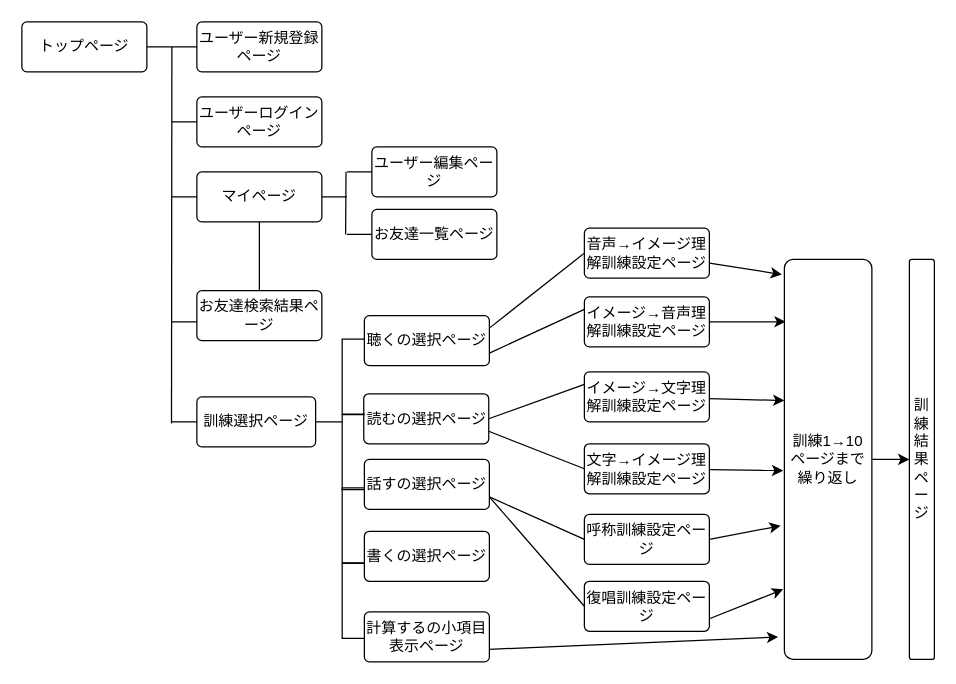
Before: page_transition.dio in daicheez/kotopark, a draw.io diagram. Source tidied: cells renumbered, new cells numbered last; positions are measured from the earlier drawing's top-left corner, leaving out a move shared by most shapes. Both pictures are drawn from the tidied source at 125%, with x=0, y=0 at pixel (21, 21).
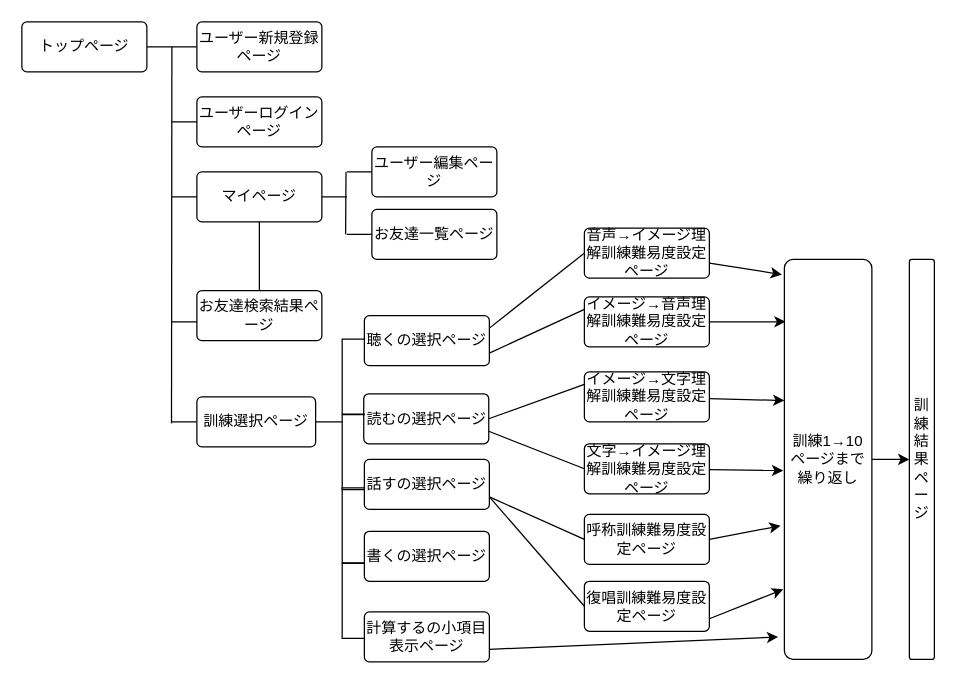
After the change.

Commit message (it also covers changes not shown here):
画面遷移図の説明追加

Change to the diagram source:
```diff
@@
-    <mxCell id="8" value="文字→イメージ理解訓練設定ページ" style="rounded=1;arcSize=10;whiteSpace=wrap;html=1;align=center;" parent="1" vertex="1">
+    <mxCell id="8" value="文字→イメージ理解訓練難易度設定ページ" style="rounded=1;arcSize=10;whiteSpace=wrap;html=1;align=center;" parent="1" vertex="1">
       <mxGeometry x="450" y="337.5" width="100" height="40" as="geometry" />
     </mxCell>
@@
-    <mxCell id="13" value="復唱訓練設定ページ" style="rounded=1;arcSize=10;whiteSpace=wrap;html=1;align=center;" parent="1" vertex="1">
+    <mxCell id="13" value="復唱訓練難易度設定ページ" style="rounded=1;arcSize=10;whiteSpace=wrap;html=1;align=center;" parent="1" vertex="1">
       <mxGeometry x="450" y="447.5" width="100" height="40" as="geometry" />
     </mxCell>
@@
-    <mxCell id="31" value="音声→イメージ理解訓練設定ページ" style="rounded=1;arcSize=10;whiteSpace=wrap;html=1;align=center;" parent="1" vertex="1">
+    <mxCell id="31" value="音声→イメージ理解訓練難易度設定ページ" style="rounded=1;arcSize=10;whiteSpace=wrap;html=1;align=center;" parent="1" vertex="1">
       <mxGeometry x="450" y="165" width="100" height="40" as="geometry" />
     </mxCell>
@@
-    <mxCell id="34" value="イメージ→文字理解訓練設定ページ" style="rounded=1;arcSize=10;whiteSpace=wrap;html=1;align=center;" parent="1" vertex="1">
+    <mxCell id="34" value="イメージ→文字理解訓練難易度設定ページ" style="rounded=1;arcSize=10;whiteSpace=wrap;html=1;align=center;" parent="1" vertex="1">
       <mxGeometry x="450" y="280" width="100" height="40" as="geometry" />
     </mxCell>
@@
-    <mxCell id="40" value="イメージ→音声理解訓練設定ページ" style="rounded=1;arcSize=10;whiteSpace=wrap;html=1;align=center;" parent="1" vertex="1">
+    <mxCell id="40" value="イメージ→音声理解訓練難易度設定ページ" style="rounded=1;arcSize=10;whiteSpace=wrap;html=1;align=center;" parent="1" vertex="1">
       <mxGeometry x="450" y="220" width="100" height="40" as="geometry" />
     </mxCell>
@@
-    <mxCell id="43" value="呼称訓練設定ページ" style="rounded=1;arcSize=10;whiteSpace=wrap;html=1;align=center;" parent="1" vertex="1">
+    <mxCell id="43" value="呼称訓練難易度設定ページ" style="rounded=1;arcSize=10;whiteSpace=wrap;html=1;align=center;" parent="1" vertex="1">
       <mxGeometry x="450" y="394" width="100" height="40" as="geometry" />
     </mxCell>
```
